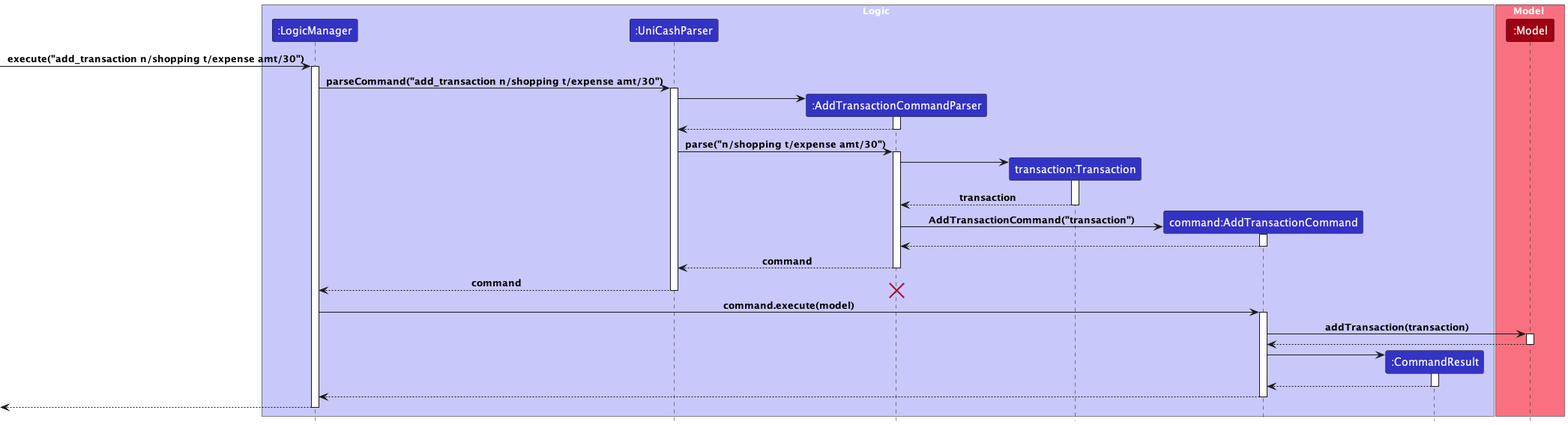
This is docs/images/unicash/AddTransactionSequenceDiagram.png from woojiahao/tp, a PlantUML export, as it was before one commit.
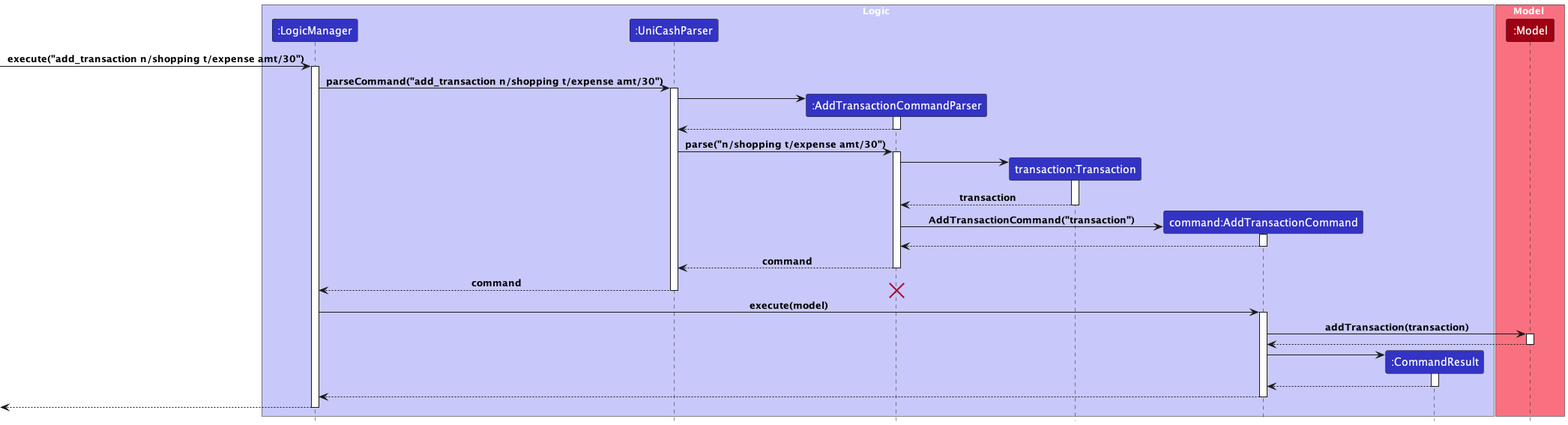
After the change.

The edit, as a diff of the source:
```diff
@@ -51,7 +51,7 @@
 deactivate UniCashParser
 destroy AddTransactionCommandParser
 
-LogicManager -> AddTransactionCommand : command.execute(model)
+LogicManager -> AddTransactionCommand : execute(model)
 activate AddTransactionCommand
 
 AddTransactionCommand -> Model : addTransaction(transaction)
```
